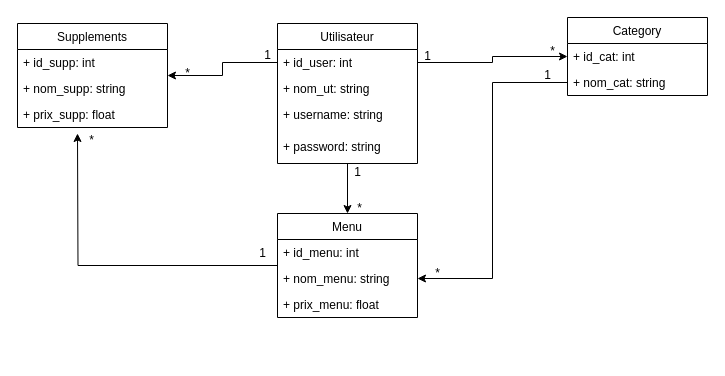
Before: resto.drawio in aminov92/pizzahouse, a draw.io diagram. Source tidied: cells renumbered, new cells numbered last; positions are measured from the earlier drawing's top-left corner, leaving out a move shared by most shapes. Both pictures are drawn from the tidied source at 100%, with x=0, y=0 at pixel (17, 17).
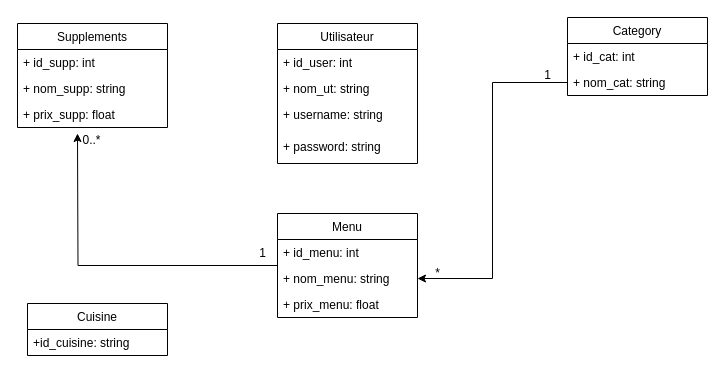
The same diagram, later.

Unchanged cells that the change refers to:
```xml
<mxCell id="3" value="Utilisateur" style="swimlane;fontStyle=0;horizontal=1;startSize=26;fillColor=none;" parent="1" vertex="1">
  <mxGeometry x="260" y="6" width="140" height="140" as="geometry" />
</mxCell>
<mxCell id="4" value="+ id_user: int" style="text;strokeColor=none;fillColor=none;align=left;verticalAlign=top;spacingLeft=4;spacingRight=4;overflow=hidden;points=[[0,0.5],[1,0.5]];portConstraint=eastwest;" parent="3" vertex="1">
  <mxGeometry y="26" width="140" height="26" as="geometry" />
</mxCell>
<mxCell id="9" value="+ id_cat: int" style="text;strokeColor=none;fillColor=none;align=left;verticalAlign=top;spacingLeft=4;spacingRight=4;overflow=hidden;points=[[0,0.5],[1,0.5]];portConstraint=eastwest;" parent="8" vertex="1">
  <mxGeometry y="26" width="140" height="26" as="geometry" />
</mxCell>
<mxCell id="11" value="Supplements" style="swimlane;fontStyle=0;horizontal=1;startSize=26;fillColor=none;" parent="1" vertex="1">
  <mxGeometry y="6" width="150" height="104" as="geometry" />
</mxCell>
<mxCell id="16" value="Menu" style="swimlane;fontStyle=0;horizontal=1;startSize=26;fillColor=none;" parent="1" vertex="1">
  <mxGeometry x="260" y="196" width="140" height="104" as="geometry" />
</mxCell>
```

What changed in the source:
```diff
@@
-    <mxCell id="2" style="edgeStyle=orthogonalEdgeStyle;rounded=0;jettySize=auto;html=1;entryX=0.5;entryY=0;entryDx=0;entryDy=0;" parent="1" edge="1" source="3" target="16">
-      <mxGeometry relative="1" as="geometry" />
-    </mxCell>
@@
-    <mxCell id="23" style="edgeStyle=orthogonalEdgeStyle;rounded=0;jettySize=auto;html=1;exitX=0;exitY=0.5;exitDx=0;exitDy=0;entryX=1;entryY=0.5;entryDx=0;entryDy=0;" parent="1" edge="1" source="4" target="11">
-      <mxGeometry relative="1" as="geometry" />
-    </mxCell>
-    <mxCell id="24" value="1" style="text;html=1;align=center;verticalAlign=middle;fillColor=none;strokeColor=none;rounded=0;" parent="1" vertex="1">
-      <mxGeometry x="240" y="28" width="20" height="20" as="geometry" />
-    </mxCell>
-    <mxCell id="25" value="*" style="text;html=1;align=center;verticalAlign=middle;fillColor=none;strokeColor=none;rounded=0;" parent="1" vertex="1">
-      <mxGeometry x="160" y="46" width="20" height="20" as="geometry" />
-    </mxCell>
-    <mxCell id="26" style="edgeStyle=orthogonalEdgeStyle;rounded=0;jettySize=auto;html=1;exitX=1;exitY=0.5;exitDx=0;exitDy=0;entryX=0;entryY=0.5;entryDx=0;entryDy=0;" parent="1" edge="1" source="4" target="9">
-      <mxGeometry relative="1" as="geometry" />
-    </mxCell>
-    <mxCell id="27" value="1" style="text;html=1;align=center;verticalAlign=middle;fillColor=none;strokeColor=none;rounded=0;" parent="1" vertex="1">
-      <mxGeometry x="330" y="145" width="20" height="20" as="geometry" />
-    </mxCell>
-    <mxCell id="28" value="*" style="text;html=1;align=center;verticalAlign=middle;fillColor=none;strokeColor=none;rounded=0;" parent="1" vertex="1">
-      <mxGeometry x="332" y="181" width="20" height="20" as="geometry" />
-    </mxCell>
-    <mxCell id="29" value="1" style="text;html=1;align=center;verticalAlign=middle;fillColor=none;strokeColor=none;rounded=0;" parent="1" vertex="1">
-      <mxGeometry x="400" y="29" width="20" height="20" as="geometry" />
-    </mxCell>
-    <mxCell id="30" value="*" style="text;html=1;align=center;verticalAlign=middle;fillColor=none;strokeColor=none;rounded=0;" parent="1" vertex="1">
-      <mxGeometry x="525" y="24" width="20" height="20" as="geometry" />
-    </mxCell>
@@
-    <mxCell id="32" value="*" style="text;html=1;align=center;verticalAlign=middle;fillColor=none;strokeColor=none;rounded=0;" parent="1" vertex="1">
-      <mxGeometry x="64" y="113" width="20" height="20" as="geometry" />
+    <mxCell id="32" value="0..*" style="text;html=1;align=center;verticalAlign=middle;fillColor=none;strokeColor=none;rounded=0;" parent="1" vertex="1">
+      <mxGeometry x="59" y="113" width="30" height="20" as="geometry" />
     </mxCell>
+    <mxCell id="33" value="Cuisine" style="swimlane;fontStyle=0;horizontal=1;startSize=26;fillColor=none;" parent="1" vertex="1">
+      <mxGeometry x="10" y="286" width="140" height="52" as="geometry" />
+    </mxCell>
+    <mxCell id="34" value="+id_cuisine: string" style="text;strokeColor=none;fillColor=none;align=left;verticalAlign=top;spacingLeft=4;spacingRight=4;overflow=hidden;" parent="33" vertex="1">
+      <mxGeometry y="26" width="140" height="26" as="geometry" />
+    </mxCell>
```
